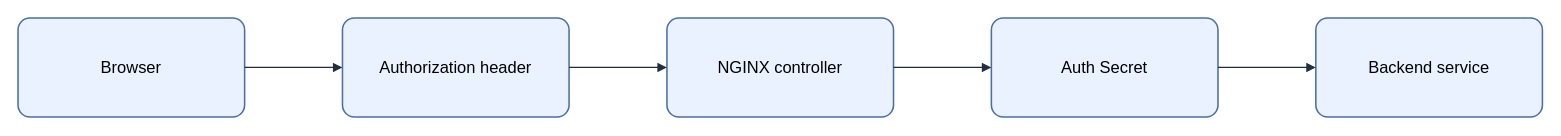
Before: assets/img/kubernetes/nginx-basic-auth-flow.drawio in KKamJi98/kkamji98.github.io, a draw.io diagram. Source tidied: cells renumbered, new cells numbered last; positions are measured from the earlier drawing's top-left corner, leaving out a move shared by most shapes. Both pictures are drawn from the tidied source at 103%, with x=0, y=0 at pixel (18, 18).
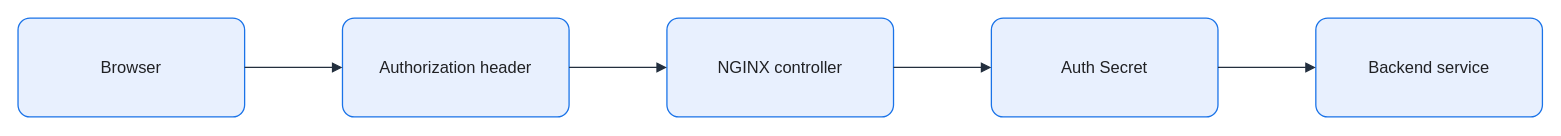
The same page after the edit.

Change to the diagram source:
```diff
@@
 <mxGraphModel background="#FFFFFF">
   <root>
     <mxCell id="0" />
     <mxCell id="1" parent="0" />
-    <mxCell id="2" value="Browser" style="rounded=1;arcSize=12;whiteSpace=wrap;html=0;fillColor=#EAF2FF;strokeColor=#4A6FA5;strokeWidth=1.5;fontColor=#000000;fontSize=16;align=center;verticalAlign=middle;spacing=8;shadow=0;" parent="1" vertex="1">
+    <mxCell id="2" value="Browser" style="rounded=1;arcSize=12;whiteSpace=wrap;html=0;fillColor=#E8F0FE;strokeColor=#1A73E8;strokeWidth=1.25;fontColor=#202124;fontSize=16;align=center;verticalAlign=middle;spacing=8;shadow=0;" parent="1" vertex="1">
       <mxGeometry width="220" height="96" as="geometry" />
     </mxCell>
-    <mxCell id="3" value="Authorization header" style="rounded=1;arcSize=12;whiteSpace=wrap;html=0;fillColor=#EAF2FF;strokeColor=#4A6FA5;strokeWidth=1.5;fontColor=#000000;fontSize=16;align=center;verticalAlign=middle;spacing=8;shadow=0;" parent="1" vertex="1">
+    <mxCell id="3" value="Authorization header" style="rounded=1;arcSize=12;whiteSpace=wrap;html=0;fillColor=#E8F0FE;strokeColor=#1A73E8;strokeWidth=1.25;fontColor=#202124;fontSize=16;align=center;verticalAlign=middle;spacing=8;shadow=0;" parent="1" vertex="1">
       <mxGeometry x="315" width="220" height="96" as="geometry" />
     </mxCell>
-    <mxCell id="4" value="NGINX controller" style="rounded=1;arcSize=12;whiteSpace=wrap;html=0;fillColor=#EAF2FF;strokeColor=#4A6FA5;strokeWidth=1.5;fontColor=#000000;fontSize=16;align=center;verticalAlign=middle;spacing=8;shadow=0;" parent="1" vertex="1">
+    <mxCell id="4" value="NGINX controller" style="rounded=1;arcSize=12;whiteSpace=wrap;html=0;fillColor=#E8F0FE;strokeColor=#1A73E8;strokeWidth=1.25;fontColor=#202124;fontSize=16;align=center;verticalAlign=middle;spacing=8;shadow=0;" parent="1" vertex="1">
       <mxGeometry x="630" width="220" height="96" as="geometry" />
     </mxCell>
-    <mxCell id="5" value="Auth Secret" style="rounded=1;arcSize=12;whiteSpace=wrap;html=0;fillColor=#EAF2FF;strokeColor=#4A6FA5;strokeWidth=1.5;fontColor=#000000;fontSize=16;align=center;verticalAlign=middle;spacing=8;shadow=0;" parent="1" vertex="1">
+    <mxCell id="5" value="Auth Secret" style="rounded=1;arcSize=12;whiteSpace=wrap;html=0;fillColor=#E8F0FE;strokeColor=#1A73E8;strokeWidth=1.25;fontColor=#202124;fontSize=16;align=center;verticalAlign=middle;spacing=8;shadow=0;" parent="1" vertex="1">
       <mxGeometry x="945" width="220" height="96" as="geometry" />
     </mxCell>
-    <mxCell id="6" value="Backend service" style="rounded=1;arcSize=12;whiteSpace=wrap;html=0;fillColor=#EAF2FF;strokeColor=#4A6FA5;strokeWidth=1.5;fontColor=#000000;fontSize=16;align=center;verticalAlign=middle;spacing=8;shadow=0;" parent="1" vertex="1">
+    <mxCell id="6" value="Backend service" style="rounded=1;arcSize=12;whiteSpace=wrap;html=0;fillColor=#E8F0FE;strokeColor=#1A73E8;strokeWidth=1.25;fontColor=#202124;fontSize=16;align=center;verticalAlign=middle;spacing=8;shadow=0;" parent="1" vertex="1">
       <mxGeometry x="1260" width="220" height="96" as="geometry" />
     </mxCell>
-    <mxCell id="7" style="edgeStyle=orthogonalEdgeStyle;rounded=0;jettySize=auto;html=0;endArrow=block;endFill=1;strokeColor=#232F3E;strokeWidth=1.25;fontColor=#000000;labelBackgroundColor=none;exitX=1;exitY=0.5;exitDx=0;exitDy=0;entryX=0;entryY=0.5;entryDx=0;entryDy=0;" parent="1" edge="1" source="2" target="3">
+    <mxCell id="7" style="edgeStyle=orthogonalEdgeStyle;rounded=0;jettySize=auto;html=0;endArrow=block;endFill=1;strokeColor=#232F3E;strokeWidth=1.25;fontColor=#202124;labelBackgroundColor=none;exitX=1;exitY=0.5;exitDx=0;exitDy=0;entryX=0;entryY=0.5;entryDx=0;entryDy=0;endSize=7;" parent="1" edge="1" source="2" target="3">
       <mxGeometry relative="1" as="geometry" />
     </mxCell>
-    <mxCell id="8" style="edgeStyle=orthogonalEdgeStyle;rounded=0;jettySize=auto;html=0;endArrow=block;endFill=1;strokeColor=#232F3E;strokeWidth=1.25;fontColor=#000000;labelBackgroundColor=none;exitX=1;exitY=0.5;exitDx=0;exitDy=0;entryX=0;entryY=0.5;entryDx=0;entryDy=0;" parent="1" edge="1" source="3" target="4">
+    <mxCell id="8" style="edgeStyle=orthogonalEdgeStyle;rounded=0;jettySize=auto;html=0;endArrow=block;endFill=1;strokeColor=#232F3E;strokeWidth=1.25;fontColor=#202124;labelBackgroundColor=none;exitX=1;exitY=0.5;exitDx=0;exitDy=0;entryX=0;entryY=0.5;entryDx=0;entryDy=0;endSize=7;" parent="1" edge="1" source="3" target="4">
       <mxGeometry relative="1" as="geometry" />
     </mxCell>
-    <mxCell id="9" style="edgeStyle=orthogonalEdgeStyle;rounded=0;jettySize=auto;html=0;endArrow=block;endFill=1;strokeColor=#232F3E;strokeWidth=1.25;fontColor=#000000;labelBackgroundColor=none;exitX=1;exitY=0.5;exitDx=0;exitDy=0;entryX=0;entryY=0.5;entryDx=0;entryDy=0;" parent="1" edge="1" source="4" target="5">
+    <mxCell id="9" style="edgeStyle=orthogonalEdgeStyle;rounded=0;jettySize=auto;html=0;endArrow=block;endFill=1;strokeColor=#232F3E;strokeWidth=1.25;fontColor=#202124;labelBackgroundColor=none;exitX=1;exitY=0.5;exitDx=0;exitDy=0;entryX=0;entryY=0.5;entryDx=0;entryDy=0;endSize=7;" parent="1" edge="1" source="4" target="5">
       <mxGeometry relative="1" as="geometry" />
     </mxCell>
-    <mxCell id="10" style="edgeStyle=orthogonalEdgeStyle;rounded=0;jettySize=auto;html=0;endArrow=block;endFill=1;strokeColor=#232F3E;strokeWidth=1.25;fontColor=#000000;labelBackgroundColor=none;exitX=1;exitY=0.5;exitDx=0;exitDy=0;entryX=0;entryY=0.5;entryDx=0;entryDy=0;" parent="1" edge="1" source="5" target="6">
+    <mxCell id="10" style="edgeStyle=orthogonalEdgeStyle;rounded=0;jettySize=auto;html=0;endArrow=block;endFill=1;strokeColor=#232F3E;strokeWidth=1.25;fontColor=#202124;labelBackgroundColor=none;exitX=1;exitY=0.5;exitDx=0;exitDy=0;entryX=0;entryY=0.5;entryDx=0;entryDy=0;endSize=7;" parent="1" edge="1" source="5" target="6">
       <mxGeometry relative="1" as="geometry" />
     </mxCell>
   </root>
 </mxGraphModel>
```
